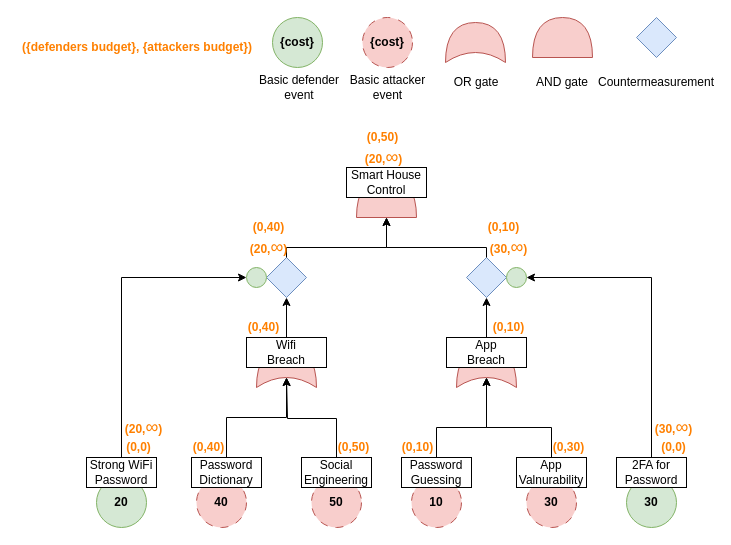
AplyQ8/SUBD keeps this draw.io diagram as Trivial_ADT_example.drawio. Above is the earlier version. Source tidied: cells renumbered, new cells numbered last; positions are measured from the earlier drawing's top-left corner, leaving out a move shared by most shapes. Both pictures are drawn from the tidied source at 100%, with x=0, y=0 at pixel (17, 7).
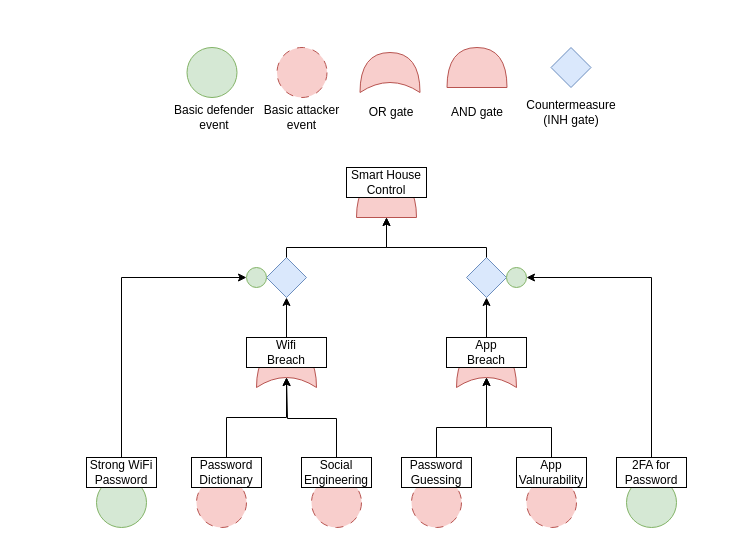
The same diagram, later.

Change to the diagram source:
```diff
@@
     <mxCell id="43" style="ellipse;whiteSpace=wrap;html=1;fillColor=#d5e8d4;strokeColor=#82b366;" parent="1" vertex="1">
-      <mxGeometry x="255" y="10" width="50" height="50" as="geometry" />
+      <mxGeometry x="169.5" y="40" width="50" height="50" as="geometry" />
     </mxCell>
     <mxCell id="44" style="ellipse;whiteSpace=wrap;html=1;dashed=1;dashPattern=8 8;fillColor=#f8cecc;strokeColor=#b85450;" parent="1" vertex="1">
-      <mxGeometry x="345" y="10" width="50" height="50" as="geometry" />
+      <mxGeometry x="259.5" y="40" width="50" height="50" as="geometry" />
     </mxCell>
     <mxCell id="45" style="shape=xor;whiteSpace=wrap;html=1;rotation=-90;fillColor=#f8cecc;strokeColor=#b85450;" parent="1" vertex="1">
-      <mxGeometry x="438" y="5" width="40" height="60" as="geometry" />
+      <mxGeometry x="352.5" y="35" width="40" height="60" as="geometry" />
     </mxCell>
     <mxCell id="46" style="rhombus;whiteSpace=wrap;html=1;fillColor=#dae8fc;strokeColor=#6c8ebf;" parent="1" vertex="1">
-      <mxGeometry x="619" y="10" width="40" height="40" as="geometry" />
+      <mxGeometry x="533.5" y="40" width="40" height="40" as="geometry" />
     </mxCell>
     <mxCell id="47" style="shape=or;whiteSpace=wrap;html=1;rotation=-90;fillColor=#f8cecc;strokeColor=#b85450;" parent="1" vertex="1">
-      <mxGeometry x="525" width="40" height="60" as="geometry" />
+      <mxGeometry x="439.5" y="30" width="40" height="60" as="geometry" />
     </mxCell>
     <mxCell id="48" value="Basic defender event" style="text;html=1;align=center;verticalAlign=middle;whiteSpace=wrap;rounded=0;" parent="1" vertex="1">
-      <mxGeometry x="240" y="65" width="84" height="30" as="geometry" />
+      <mxGeometry x="154.5" y="95" width="84" height="30" as="geometry" />
     </mxCell>
     <mxCell id="49" value="Basic attacker event" style="text;html=1;align=center;verticalAlign=middle;whiteSpace=wrap;rounded=0;" parent="1" vertex="1">
-      <mxGeometry x="327.5" y="65" width="85" height="30" as="geometry" />
+      <mxGeometry x="242" y="95" width="85" height="30" as="geometry" />
     </mxCell>
     <mxCell id="50" value="OR gate" style="text;html=1;align=center;verticalAlign=middle;whiteSpace=wrap;rounded=0;" parent="1" vertex="1">
-      <mxGeometry x="429" y="60" width="60" height="30" as="geometry" />
+      <mxGeometry x="343.5" y="90" width="60" height="30" as="geometry" />
     </mxCell>
     <mxCell id="51" value="AND gate" style="text;html=1;align=center;verticalAlign=middle;whiteSpace=wrap;rounded=0;" parent="1" vertex="1">
-      <mxGeometry x="515" y="60" width="60" height="30" as="geometry" />
+      <mxGeometry x="429.5" y="90" width="60" height="30" as="geometry" />
     </mxCell>
-    <mxCell id="52" value="Countermeasurement" style="text;html=1;align=center;verticalAlign=middle;whiteSpace=wrap;rounded=0;" parent="1" vertex="1">
-      <mxGeometry x="609" y="60" width="60" height="30" as="geometry" />
+    <mxCell id="52" value="Countermeasure (INH gate)" style="text;html=1;align=center;verticalAlign=middle;whiteSpace=wrap;rounded=0;" parent="1" vertex="1">
+      <mxGeometry x="523.5" y="90" width="60" height="30" as="geometry" />
     </mxCell>
-    <mxCell id="53" value="{cost}" style="text;html=1;align=center;verticalAlign=middle;whiteSpace=wrap;rounded=0;fontStyle=1;" parent="1" vertex="1">
-      <mxGeometry x="250" y="20" width="60" height="30" as="geometry" />
-    </mxCell>
-    <mxCell id="54" value="{cost}" style="text;html=1;align=center;verticalAlign=middle;whiteSpace=wrap;rounded=0;fontStyle=1;" parent="1" vertex="1">
-      <mxGeometry x="340" y="20" width="60" height="30" as="geometry" />
-    </mxCell>
-    <mxCell id="55" value="&lt;b&gt;&lt;font style=&quot;color: rgb(255, 128, 0);&quot;&gt;({defenders budget}, {attackers budget})&lt;/font&gt;&lt;/b&gt;" style="text;html=1;align=center;verticalAlign=middle;whiteSpace=wrap;rounded=0;" parent="1" vertex="1">
-      <mxGeometry y="20" width="240" height="40" as="geometry" />
-    </mxCell>
-    <mxCell id="56" value="20" style="text;html=1;align=center;verticalAlign=middle;whiteSpace=wrap;rounded=0;fontStyle=1;" parent="1" vertex="1">
-      <mxGeometry x="74" y="480" width="60" height="30" as="geometry" />
-    </mxCell>
-    <mxCell id="57" value="30" style="text;html=1;align=center;verticalAlign=middle;whiteSpace=wrap;rounded=0;fontStyle=1;" parent="1" vertex="1">
-      <mxGeometry x="604" y="480" width="60" height="30" as="geometry" />
-    </mxCell>
-    <mxCell id="58" value="40" style="text;html=1;align=center;verticalAlign=middle;whiteSpace=wrap;rounded=0;fontStyle=1;" parent="1" vertex="1">
-      <mxGeometry x="174" y="480" width="60" height="30" as="geometry" />
-    </mxCell>
-    <mxCell id="59" value="50" style="text;html=1;align=center;verticalAlign=middle;whiteSpace=wrap;rounded=0;fontStyle=1;" parent="1" vertex="1">
-      <mxGeometry x="289" y="480" width="60" height="30" as="geometry" />
-    </mxCell>
-    <mxCell id="60" value="10" style="text;html=1;align=center;verticalAlign=middle;whiteSpace=wrap;rounded=0;fontStyle=1;" parent="1" vertex="1">
-      <mxGeometry x="389" y="480" width="60" height="30" as="geometry" />
-    </mxCell>
-    <mxCell id="61" value="30" style="text;html=1;align=center;verticalAlign=middle;whiteSpace=wrap;rounded=0;fontStyle=1;" parent="1" vertex="1">
-      <mxGeometry x="504" y="480" width="60" height="30" as="geometry" />
-    </mxCell>
-    <mxCell id="62" value="&lt;b&gt;&lt;font style=&quot;color: rgb(255, 128, 0);&quot;&gt;(0,40)&lt;/font&gt;&lt;/b&gt;" style="text;html=1;align=center;verticalAlign=middle;whiteSpace=wrap;rounded=0;" parent="1" vertex="1">
-      <mxGeometry x="174" y="420" width="35" height="40" as="geometry" />
-    </mxCell>
-    <mxCell id="63" value="&lt;b&gt;&lt;font style=&quot;color: rgb(255, 128, 0);&quot;&gt;(0,50)&lt;/font&gt;&lt;/b&gt;" style="text;html=1;align=center;verticalAlign=middle;whiteSpace=wrap;rounded=0;" parent="1" vertex="1">
-      <mxGeometry x="319" y="420" width="35" height="40" as="geometry" />
-    </mxCell>
-    <mxCell id="64" value="&lt;b&gt;&lt;font style=&quot;color: rgb(255, 128, 0);&quot;&gt;(0,10)&lt;/font&gt;&lt;/b&gt;" style="text;html=1;align=center;verticalAlign=middle;whiteSpace=wrap;rounded=0;" parent="1" vertex="1">
-      <mxGeometry x="383" y="420" width="35" height="40" as="geometry" />
-    </mxCell>
-    <mxCell id="65" value="&lt;b&gt;&lt;font style=&quot;color: rgb(255, 128, 0);&quot;&gt;(0,30)&lt;/font&gt;&lt;/b&gt;" style="text;html=1;align=center;verticalAlign=middle;whiteSpace=wrap;rounded=0;" parent="1" vertex="1">
-      <mxGeometry x="534" y="420" width="35" height="40" as="geometry" />
-    </mxCell>
-    <mxCell id="66" value="&lt;b&gt;&lt;font style=&quot;color: rgb(255, 128, 0);&quot;&gt;(0,40)&lt;/font&gt;&lt;/b&gt;" style="text;html=1;align=center;verticalAlign=middle;whiteSpace=wrap;rounded=0;" parent="1" vertex="1">
-      <mxGeometry x="229" y="300" width="35" height="40" as="geometry" />
-    </mxCell>
-    <mxCell id="67" value="&lt;b&gt;&lt;font style=&quot;color: rgb(255, 128, 0);&quot;&gt;(0,10)&lt;/font&gt;&lt;/b&gt;" style="text;html=1;align=center;verticalAlign=middle;whiteSpace=wrap;rounded=0;" parent="1" vertex="1">
-      <mxGeometry x="474" y="300" width="35" height="40" as="geometry" />
-    </mxCell>
-    <mxCell id="68" value="&lt;b&gt;&lt;font style=&quot;color: rgb(255, 128, 0);&quot;&gt;(0,40)&lt;/font&gt;&lt;/b&gt;" style="text;html=1;align=center;verticalAlign=middle;whiteSpace=wrap;rounded=0;" parent="1" vertex="1">
-      <mxGeometry x="234" y="200" width="35" height="40" as="geometry" />
-    </mxCell>
-    <mxCell id="69" value="&lt;b&gt;&lt;font style=&quot;color: rgb(255, 128, 0);&quot;&gt;(20,&lt;/font&gt;&lt;/b&gt;&lt;span style=&quot;font-size: 18px; text-align: start;&quot;&gt;&lt;font face=&quot;Helvetica&quot; style=&quot;color: rgb(255, 128, 0);&quot;&gt;∞&lt;/font&gt;&lt;/span&gt;&lt;b&gt;&lt;font style=&quot;color: rgb(255, 128, 0);&quot;&gt;)&lt;/font&gt;&lt;/b&gt;" style="text;html=1;align=center;verticalAlign=middle;whiteSpace=wrap;rounded=0;" parent="1" vertex="1">
-      <mxGeometry x="234" y="220" width="35" height="40" as="geometry" />
-    </mxCell>
-    <mxCell id="70" value="&lt;b&gt;&lt;font style=&quot;color: rgb(255, 128, 0);&quot;&gt;(0,10)&lt;/font&gt;&lt;/b&gt;" style="text;html=1;align=center;verticalAlign=middle;whiteSpace=wrap;rounded=0;" parent="1" vertex="1">
-      <mxGeometry x="469" y="200" width="35" height="40" as="geometry" />
-    </mxCell>
-    <mxCell id="71" value="&lt;b&gt;&lt;font style=&quot;color: rgb(255, 128, 0);&quot;&gt;(30,&lt;/font&gt;&lt;/b&gt;&lt;span style=&quot;font-size: 18px; text-align: start;&quot;&gt;&lt;font face=&quot;Helvetica&quot; style=&quot;color: rgb(255, 128, 0);&quot;&gt;∞&lt;/font&gt;&lt;/span&gt;&lt;b&gt;&lt;font style=&quot;color: rgb(255, 128, 0);&quot;&gt;)&lt;/font&gt;&lt;/b&gt;" style="text;html=1;align=center;verticalAlign=middle;whiteSpace=wrap;rounded=0;" parent="1" vertex="1">
-      <mxGeometry x="474" y="220" width="35" height="40" as="geometry" />
-    </mxCell>
-    <mxCell id="72" value="&lt;b&gt;&lt;font style=&quot;color: rgb(255, 128, 0);&quot;&gt;(0,50)&lt;/font&gt;&lt;/b&gt;" style="text;html=1;align=center;verticalAlign=middle;whiteSpace=wrap;rounded=0;" parent="1" vertex="1">
-      <mxGeometry x="348" y="110" width="35" height="40" as="geometry" />
-    </mxCell>
-    <mxCell id="73" value="&lt;b&gt;&lt;font style=&quot;color: rgb(255, 128, 0);&quot;&gt;(20,&lt;/font&gt;&lt;/b&gt;&lt;span style=&quot;font-size: 18px; text-align: start;&quot;&gt;&lt;font face=&quot;Helvetica&quot; style=&quot;color: rgb(255, 128, 0);&quot;&gt;∞&lt;/font&gt;&lt;/span&gt;&lt;b&gt;&lt;font style=&quot;color: rgb(255, 128, 0);&quot;&gt;)&lt;/font&gt;&lt;/b&gt;" style="text;html=1;align=center;verticalAlign=middle;whiteSpace=wrap;rounded=0;" parent="1" vertex="1">
-      <mxGeometry x="349" y="130" width="35" height="40" as="geometry" />
-    </mxCell>
-    <mxCell id="74" value="&lt;b&gt;&lt;font style=&quot;color: rgb(255, 128, 0);&quot;&gt;(0,0)&lt;/font&gt;&lt;/b&gt;" style="text;html=1;align=center;verticalAlign=middle;whiteSpace=wrap;rounded=0;" parent="1" vertex="1">
-      <mxGeometry x="104" y="420" width="35" height="40" as="geometry" />
-    </mxCell>
-    <mxCell id="75" value="&lt;b&gt;&lt;font style=&quot;color: rgb(255, 128, 0);&quot;&gt;(0,0)&lt;/font&gt;&lt;/b&gt;" style="text;html=1;align=center;verticalAlign=middle;whiteSpace=wrap;rounded=0;" parent="1" vertex="1">
-      <mxGeometry x="639" y="420" width="35" height="40" as="geometry" />
-    </mxCell>
-    <mxCell id="76" value="&lt;b&gt;&lt;font style=&quot;color: rgb(255, 128, 0);&quot;&gt;(20,&lt;/font&gt;&lt;/b&gt;&lt;span style=&quot;font-size: 18px; text-align: start;&quot;&gt;&lt;font face=&quot;Helvetica&quot; style=&quot;color: rgb(255, 128, 0);&quot;&gt;∞&lt;/font&gt;&lt;/span&gt;&lt;b&gt;&lt;font style=&quot;color: rgb(255, 128, 0);&quot;&gt;)&lt;/font&gt;&lt;/b&gt;" style="text;html=1;align=center;verticalAlign=middle;whiteSpace=wrap;rounded=0;" parent="1" vertex="1">
-      <mxGeometry x="109" y="400" width="35" height="40" as="geometry" />
-    </mxCell>
-    <mxCell id="77" value="&lt;b&gt;&lt;font style=&quot;color: rgb(255, 128, 0);&quot;&gt;(30,&lt;/font&gt;&lt;/b&gt;&lt;span style=&quot;font-size: 18px; text-align: start;&quot;&gt;&lt;font face=&quot;Helvetica&quot; style=&quot;color: rgb(255, 128, 0);&quot;&gt;∞&lt;/font&gt;&lt;/span&gt;&lt;b&gt;&lt;font style=&quot;color: rgb(255, 128, 0);&quot;&gt;)&lt;/font&gt;&lt;/b&gt;" style="text;html=1;align=center;verticalAlign=middle;whiteSpace=wrap;rounded=0;" parent="1" vertex="1">
-      <mxGeometry x="639" y="400" width="35" height="40" as="geometry" />
-    </mxCell>
```
